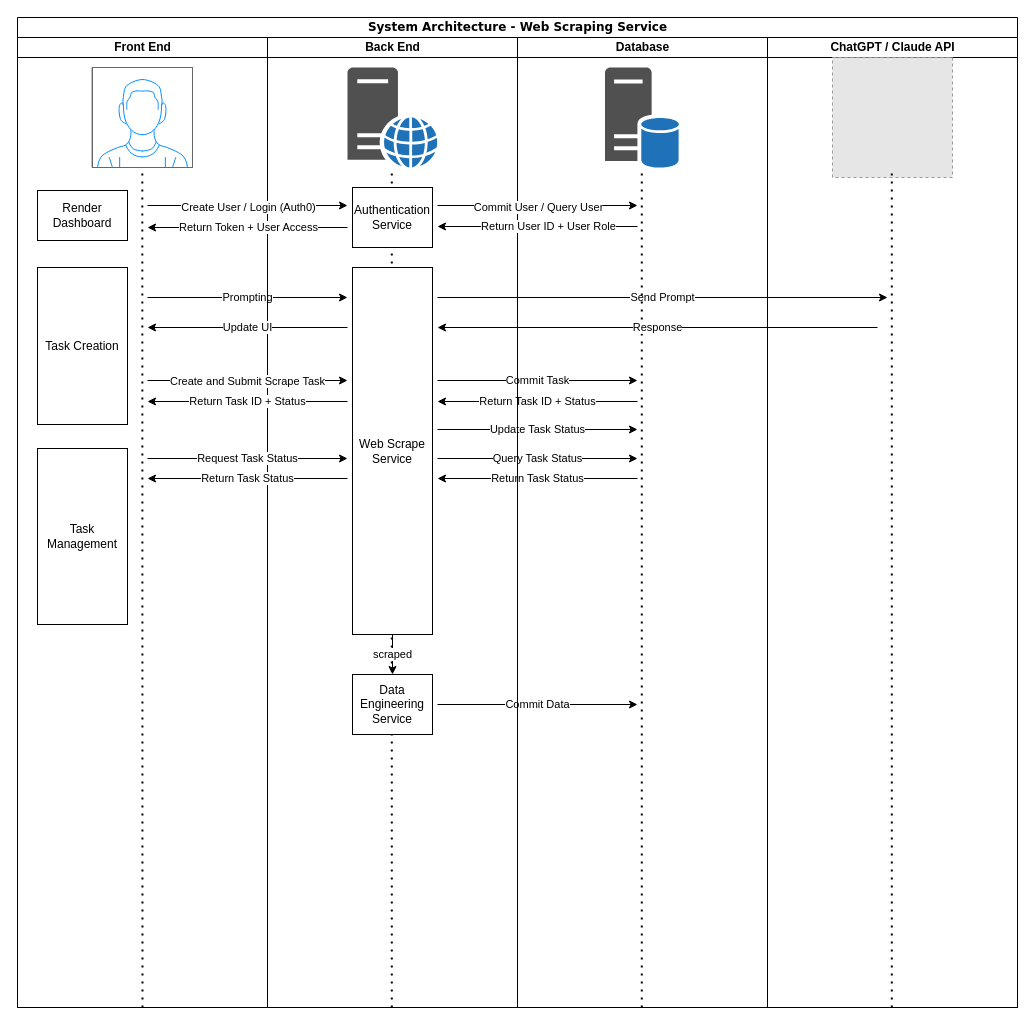
Earlier version of the draw.io diagram System Architecture UML.drawio (songjian0127/HTML-). Source tidied: cells renumbered, new cells numbered last; positions are measured from the earlier drawing's top-left corner, leaving out a move shared by most shapes. Both pictures are drawn from the tidied source at 100%, with x=0, y=0 at pixel (17, 17). Pictures stored in the file or linked from it are replaced by grey dashed boxes.
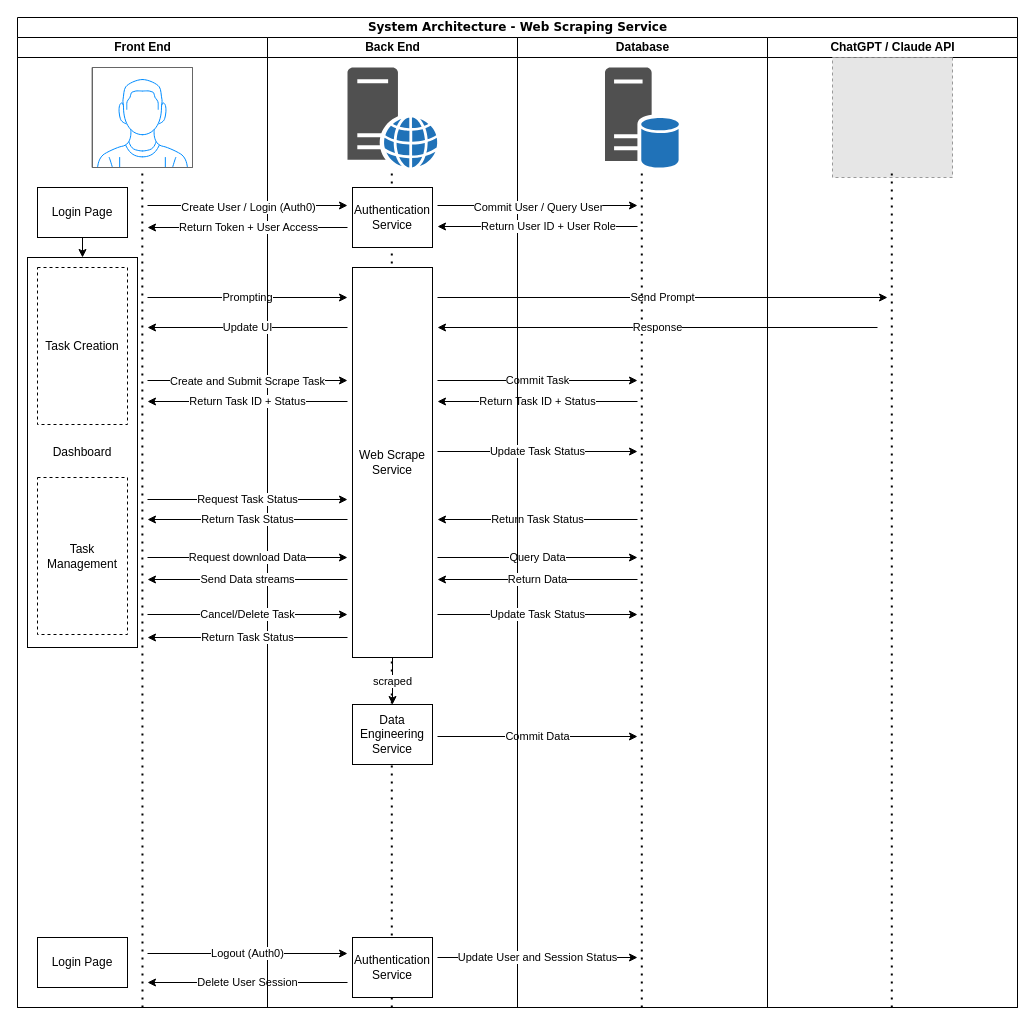
The same page after the edit.

The change refers to these unchanged cells:
```xml
<mxCell id="3" value="Front End" style="swimlane;html=1;startSize=20;" parent="2" vertex="1">
  <mxGeometry y="20" width="250" height="970" as="geometry" />
</mxCell>
<mxCell id="8" value="Back End" style="swimlane;html=1;startSize=20;" parent="2" vertex="1">
  <mxGeometry x="250" y="20" width="250" height="970" as="geometry" />
</mxCell>
```

Change to the diagram source:
```diff
@@
-    <mxCell id="6" value="Render Dashboard" style="rounded=0;whiteSpace=wrap;html=1;" parent="3" vertex="1">
-      <mxGeometry x="20" y="153" width="90" height="50" as="geometry" />
+    <mxCell id="6" value="Dashboard" style="rounded=0;whiteSpace=wrap;html=1;" parent="3" vertex="1">
+      <mxGeometry x="10" y="220" width="110" height="390" as="geometry" />
     </mxCell>
@@
+    <mxCell id="45" value="Login Page" style="rounded=0;whiteSpace=wrap;html=1;" parent="3" vertex="1">
+      <mxGeometry x="20" y="900" width="90" height="50" as="geometry" />
+    </mxCell>
+    <mxCell id="46" value="Delete User Session" style="endArrow=classic;html=1;rounded=0;" parent="3" edge="1">
+      <mxGeometry relative="1" as="geometry">
+        <mxPoint x="330" y="945" as="sourcePoint" />
+        <mxPoint x="130" y="945" as="targetPoint" />
+      </mxGeometry>
+    </mxCell>
+    <mxCell id="47" style="edgeStyle=orthogonalEdgeStyle;rounded=0;jettySize=auto;html=1;exitX=0.5;exitY=1;exitDx=0;exitDy=0;entryX=0.5;entryY=0;entryDx=0;entryDy=0;" parent="3" edge="1" source="48" target="6">
+      <mxGeometry relative="1" as="geometry" />
+    </mxCell>
+    <mxCell id="48" value="Login Page" style="rounded=0;whiteSpace=wrap;html=1;" parent="3" vertex="1">
+      <mxGeometry x="20" y="150" width="90" height="50" as="geometry" />
+    </mxCell>
@@
-    <mxCell id="12" value="Task Creation" style="rounded=0;whiteSpace=wrap;html=1;" parent="8" vertex="1">
+    <mxCell id="12" value="Task Creation" style="rounded=0;whiteSpace=wrap;html=1;dashed=1;" parent="8" vertex="1">
       <mxGeometry x="-230" y="230" width="90" height="157" as="geometry" />
     </mxCell>
-    <mxCell id="13" value="Task Management" style="rounded=0;whiteSpace=wrap;html=1;" parent="8" vertex="1">
-      <mxGeometry x="-230" y="411" width="90" height="176" as="geometry" />
+    <mxCell id="13" value="Task Management" style="rounded=0;whiteSpace=wrap;html=1;dashed=1;" parent="8" vertex="1">
+      <mxGeometry x="-230" y="440" width="90" height="157" as="geometry" />
     </mxCell>
@@
     <mxCell id="15" value="Web Scrape Service" style="rounded=0;whiteSpace=wrap;html=1;" parent="8" vertex="1">
-      <mxGeometry x="85" y="230" width="80" height="367" as="geometry" />
+      <mxGeometry x="85" y="230" width="80" height="390" as="geometry" />
     </mxCell>
     <mxCell id="16" value="Request Task Status" style="endArrow=classic;html=1;rounded=0;" parent="8" edge="1">
       <mxGeometry relative="1" as="geometry">
-        <mxPoint x="-120" y="421" as="sourcePoint" />
-        <mxPoint x="80" y="421" as="targetPoint" />
+        <mxPoint x="-120" y="462" as="sourcePoint" />
+        <mxPoint x="80" y="462" as="targetPoint" />
       </mxGeometry>
     </mxCell>
     <mxCell id="17" value="Return Task Status" style="endArrow=classic;html=1;rounded=0;" parent="8" edge="1">
       <mxGeometry relative="1" as="geometry">
-        <mxPoint x="80" y="441" as="sourcePoint" />
-        <mxPoint x="-120" y="441" as="targetPoint" />
+        <mxPoint x="80" y="482" as="sourcePoint" />
+        <mxPoint x="-120" y="482" as="targetPoint" />
       </mxGeometry>
     </mxCell>
     <mxCell id="18" value="Data Engineering Service" style="rounded=0;whiteSpace=wrap;html=1;" parent="8" vertex="1">
-      <mxGeometry x="85" y="637" width="80" height="60" as="geometry" />
+      <mxGeometry x="85" y="667" width="80" height="60" as="geometry" />
     </mxCell>
     <mxCell id="19" value="Commit Data" style="endArrow=classic;html=1;rounded=0;" parent="8" edge="1">
       <mxGeometry relative="1" as="geometry">
-        <mxPoint x="170" y="667" as="sourcePoint" />
-        <mxPoint x="370" y="667" as="targetPoint" />
+        <mxPoint x="170" y="699" as="sourcePoint" />
+        <mxPoint x="370" y="699" as="targetPoint" />
       </mxGeometry>
     </mxCell>
-    <mxCell id="20" value="Update Task Status" style="endArrow=classic;html=1;rounded=0;" parent="8" edge="1">
-      <mxGeometry relative="1" as="geometry">
-        <mxPoint x="170" y="392" as="sourcePoint" />
-        <mxPoint x="370" y="392" as="targetPoint" />
-      </mxGeometry>
-    </mxCell>
@@
-    <mxCell id="26" value="Query Task Status" style="endArrow=classic;html=1;rounded=0;" parent="8" edge="1">
-      <mxGeometry relative="1" as="geometry">
-        <mxPoint x="170" y="421" as="sourcePoint" />
-        <mxPoint x="370" y="421" as="targetPoint" />
-      </mxGeometry>
-    </mxCell>
     <mxCell id="27" value="Return Task Status" style="endArrow=classic;html=1;rounded=0;" parent="8" edge="1">
       <mxGeometry relative="1" as="geometry">
-        <mxPoint x="370" y="441" as="sourcePoint" />
-        <mxPoint x="170" y="441" as="targetPoint" />
+        <mxPoint x="370" y="482" as="sourcePoint" />
+        <mxPoint x="170" y="482" as="targetPoint" />
       </mxGeometry>
     </mxCell>
@@
+    <mxCell id="49" value="Query Data" style="endArrow=classic;html=1;rounded=0;" parent="8" edge="1">
+      <mxGeometry relative="1" as="geometry">
+        <mxPoint x="170" y="520" as="sourcePoint" />
+        <mxPoint x="370" y="520" as="targetPoint" />
+      </mxGeometry>
+    </mxCell>
+    <mxCell id="50" value="Authentication Service" style="rounded=0;whiteSpace=wrap;html=1;" parent="8" vertex="1">
+      <mxGeometry x="85" y="900" width="80" height="60" as="geometry" />
+    </mxCell>
@@
+    <mxCell id="51" value="Cancel/Delete Task" style="endArrow=classic;html=1;rounded=0;" parent="1" edge="1">
+      <mxGeometry relative="1" as="geometry">
+        <mxPoint x="130" y="597" as="sourcePoint" />
+        <mxPoint x="330" y="597" as="targetPoint" />
+      </mxGeometry>
+    </mxCell>
+    <mxCell id="52" value="Update Task Status" style="endArrow=classic;html=1;rounded=0;" parent="1" edge="1">
+      <mxGeometry relative="1" as="geometry">
+        <mxPoint x="420" y="597" as="sourcePoint" />
+        <mxPoint x="620" y="597" as="targetPoint" />
+      </mxGeometry>
+    </mxCell>
+    <mxCell id="20" value="Update Task Status" style="endArrow=classic;html=1;rounded=0;" parent="1" edge="1">
+      <mxGeometry relative="1" as="geometry">
+        <mxPoint x="420" y="434" as="sourcePoint" />
+        <mxPoint x="620" y="434" as="targetPoint" />
+      </mxGeometry>
+    </mxCell>
+    <mxCell id="53" value="Request download Data" style="endArrow=classic;html=1;rounded=0;" parent="1" edge="1">
+      <mxGeometry relative="1" as="geometry">
+        <mxPoint x="130" y="540" as="sourcePoint" />
+        <mxPoint x="330" y="540" as="targetPoint" />
+      </mxGeometry>
+    </mxCell>
+    <mxCell id="54" value="Return Data" style="endArrow=classic;html=1;rounded=0;" parent="1" edge="1">
+      <mxGeometry relative="1" as="geometry">
+        <mxPoint x="620" y="562" as="sourcePoint" />
+        <mxPoint x="420" y="562" as="targetPoint" />
+      </mxGeometry>
+    </mxCell>
+    <mxCell id="55" value="Send Data streams" style="endArrow=classic;html=1;rounded=0;" parent="1" edge="1">
+      <mxGeometry relative="1" as="geometry">
+        <mxPoint x="330" y="562" as="sourcePoint" />
+        <mxPoint x="130" y="562" as="targetPoint" />
+      </mxGeometry>
+    </mxCell>
+    <mxCell id="56" value="Logout (Auth0)" style="endArrow=classic;html=1;rounded=0;" parent="1" edge="1">
+      <mxGeometry relative="1" as="geometry">
+        <mxPoint x="130" y="936" as="sourcePoint" />
+        <mxPoint x="330" y="936" as="targetPoint" />
+      </mxGeometry>
+    </mxCell>
+    <mxCell id="57" value="Update User and Session Status" style="endArrow=classic;html=1;rounded=0;" parent="1" edge="1">
+      <mxGeometry relative="1" as="geometry">
+        <mxPoint x="420" y="940" as="sourcePoint" />
+        <mxPoint x="620" y="940" as="targetPoint" />
+      </mxGeometry>
+    </mxCell>
+    <mxCell id="58" value="Return Task Status" style="endArrow=classic;html=1;rounded=0;" parent="1" edge="1">
+      <mxGeometry relative="1" as="geometry">
+        <mxPoint x="330" y="620" as="sourcePoint" />
+        <mxPoint x="130" y="620" as="targetPoint" />
+      </mxGeometry>
+    </mxCell>
```
